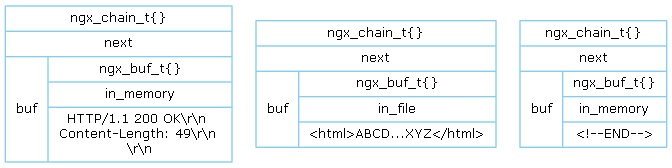
This is doc/Graph/http_output/http_output_content.png from lingjf/nginx_analyse, a Graphviz export, as it was before one commit. Its source is kept beside it as doc/Graph/http_output/http_output_content.gv.
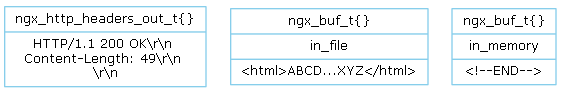
The same file after the commit.

Commit message:
Add output documents

Change to the diagram source:
```diff
@@ -4,9 +4,7 @@
    edge [color=forestgreen, fontname="Verdana", fontsize=10];
 
 
-   ngx_chain_t1 [label="{<head>ngx_chain_t\{\}|<next>next|{buf|{ngx_buf_t\{\}|in_memory|HTTP/1.1 200 OK\\r\\n \nContent-Length: 49\\r\\n \n\\r\\n}}}"];
-
-   ngx_chain_t2 [label="{<head>ngx_chain_t\{\}|<next>next|{buf|{ngx_buf_t\{\}|in_file|\<html\>ABCD...XYZ\</html\>}}}"];
-
-   ngx_chain_t3 [label="{<head>ngx_chain_t\{\}|<next>next|{buf|{ngx_buf_t\{\}|in_memory|\<!--END--\>}}}"];
+   ngx_buf_t1 [label="{ngx_http_headers_out_t\{\}|HTTP/1.1 200 OK\\r\\n \nContent-Length: 49\\r\\n \n\\r\\n}"];
+   ngx_buf_t2 [label="{ngx_buf_t\{\}|in_file|\<html\>ABCD...XYZ\</html\>}"];
+   ngx_buf_t3 [label="{ngx_buf_t\{\}|in_memory|\<!--END--\>}"];
 }
```
